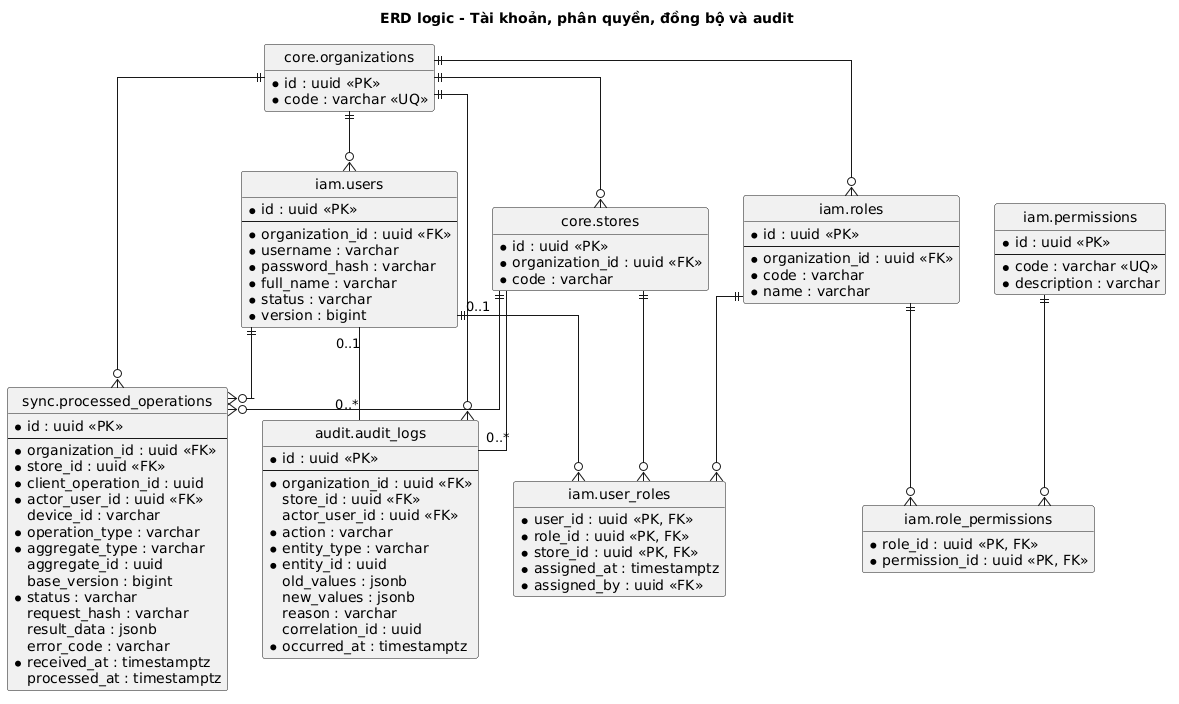
zomboXx/bach-hoa-sim-tim keeps this PlantUML diagram as docs/architecture/database/diagrams/erd-security-sync.png. Above is the earlier version.
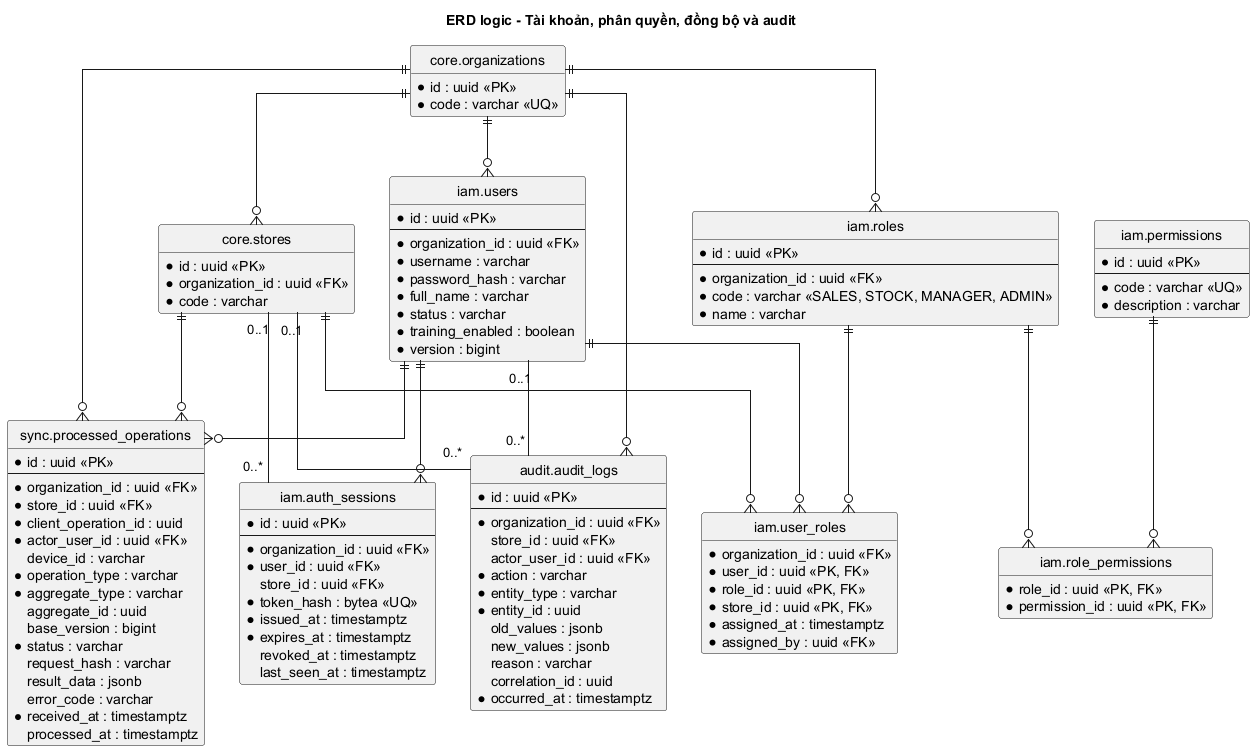
The same file after the commit.

Diff of the diagram source:
```diff
@@ -29,14 +29,28 @@
   * password_hash : varchar
   * full_name : varchar
   * status : varchar
+  * training_enabled : boolean
   * version : bigint
+}
+
+entity "iam.auth_sessions" as auth_sessions {
+  * id : uuid <<PK>>
+  --
+  * organization_id : uuid <<FK>>
+  * user_id : uuid <<FK>>
+  store_id : uuid <<FK>>
+  * token_hash : bytea <<UQ>>
+  * issued_at : timestamptz
+  * expires_at : timestamptz
+  revoked_at : timestamptz
+  last_seen_at : timestamptz
 }
 
 entity "iam.roles" as roles {
   * id : uuid <<PK>>
   --
   * organization_id : uuid <<FK>>
-  * code : varchar
+  * code : varchar <<SALES, STOCK, MANAGER, ADMIN>>
   * name : varchar
 }
 
@@ -48,6 +62,7 @@
 }
 
 entity "iam.user_roles" as user_roles {
+  * organization_id : uuid <<FK>>
   * user_id : uuid <<PK, FK>>
   * role_id : uuid <<PK, FK>>
   * store_id : uuid <<PK, FK>>
@@ -99,6 +114,8 @@
 organizations ||--o{ stores
 organizations ||--o{ users
 organizations ||--o{ roles
+users ||--o{ auth_sessions
+stores "0..1" -- "0..*" auth_sessions
 users ||--o{ user_roles
 roles ||--o{ user_roles
 stores ||--o{ user_roles
```
